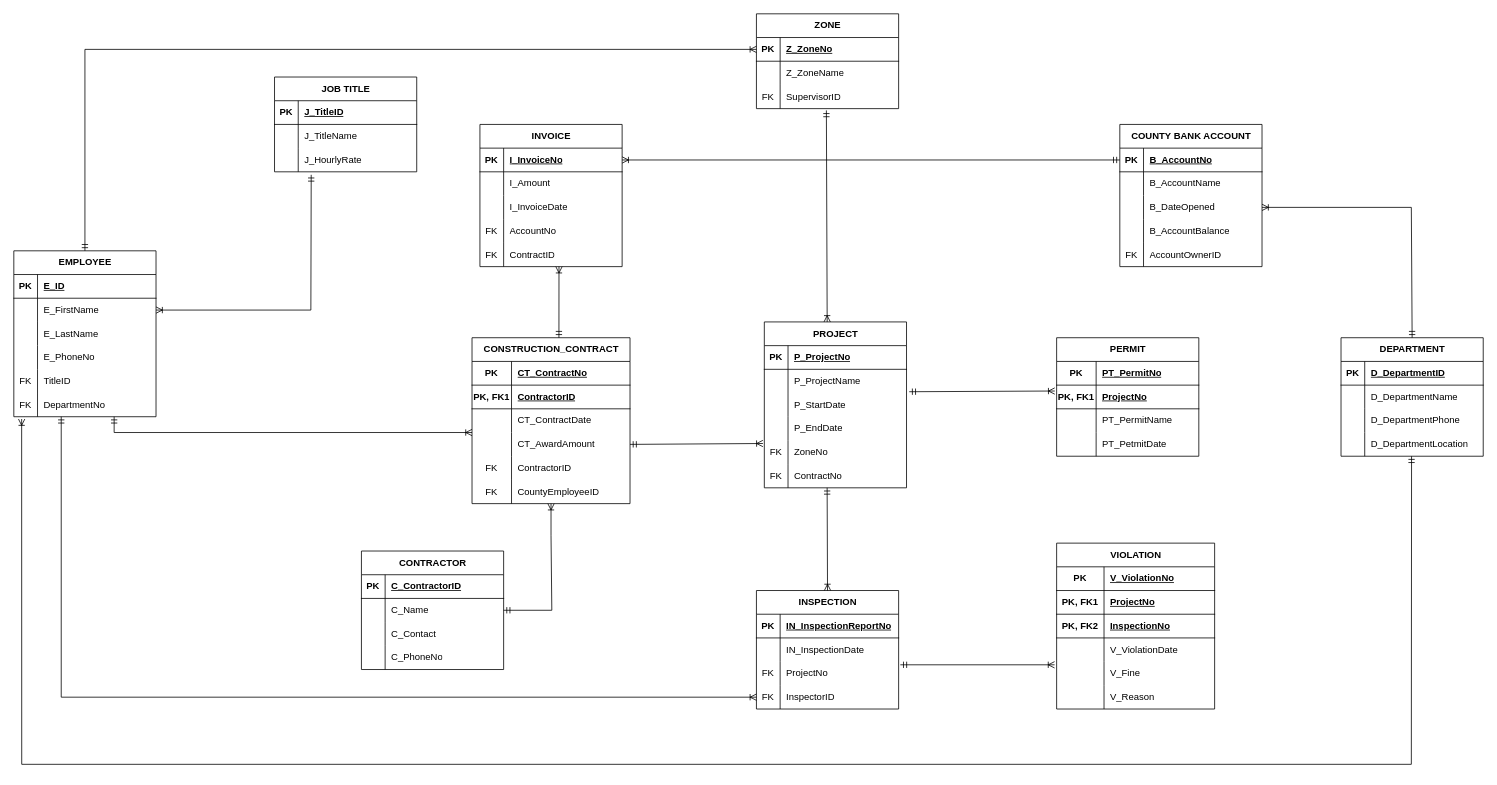
Above: DatabaseERD.drawio in falcatraz/database-project (draw.io), before the change. Source tidied: cells renumbered, new cells numbered last; positions are measured from the earlier drawing's top-left corner, leaving out a move shared by most shapes. Both pictures are drawn from the tidied source at 79%, with x=0, y=0 at pixel (13, 13).
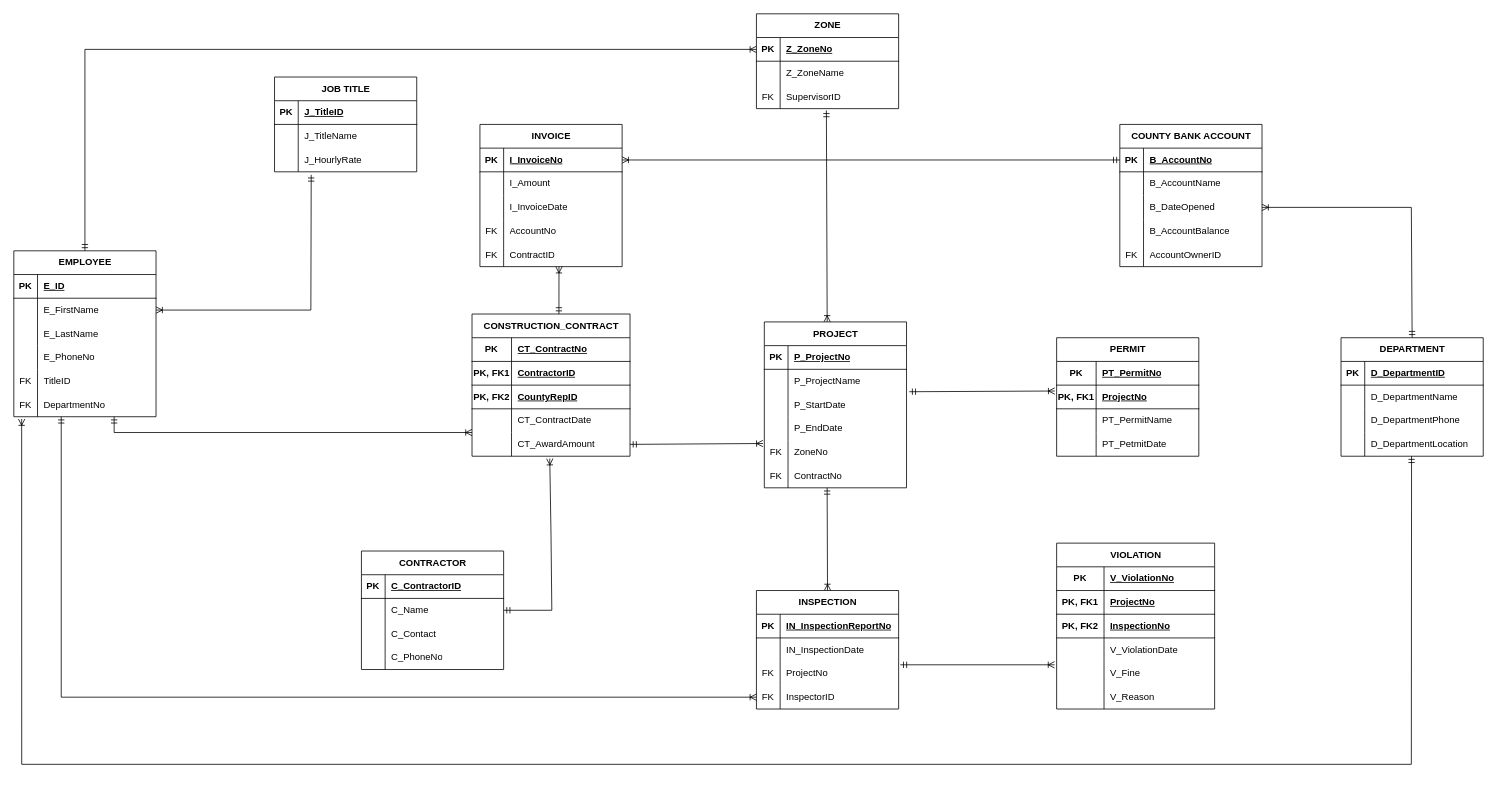
The same diagram, later.

Commit message (it also covers changes not shown here):
modified the construction contract table; PKs and FKs

The change refers to these unchanged cells:
```xml
<mxCell id="51" style="shape=tableRow;horizontal=0;startSize=0;swimlaneHead=0;swimlaneBody=0;fillColor=none;points=[[0,0.5],[1,0.5]];portConstraint=eastwest;top=0;left=0;right=0;bottom=0;" parent="47" vertex="1">
  <mxGeometry y="60" width="180" height="30" as="geometry" />
</mxCell>
```

What changed in the source:
```diff
@@
     <mxCell id="60" value="CONSTRUCTION_CONTRACT" style="shape=table;startSize=30;childLayout=tableLayout;rowLines=0;fontStyle=1;align=center;html=1;" parent="1" vertex="1">
-      <mxGeometry x="580" y="410" width="200" height="210" as="geometry" />
+      <mxGeometry x="580" y="380" width="200" height="180" as="geometry" />
     </mxCell>
@@
+    <mxCell id="196" style="shape=tableRow;horizontal=0;startSize=0;swimlaneHead=0;swimlaneBody=0;fillColor=none;top=0;left=0;right=0;bottom=1;" parent="60" vertex="1">
+      <mxGeometry y="90" width="200" height="30" as="geometry" />
+    </mxCell>
+    <mxCell id="197" value="PK, FK2" style="shape=partialRectangle;fillColor=none;top=0;left=0;bottom=0;right=0;fontStyle=1;overflow=hidden;whiteSpace=wrap;html=1;" parent="196" vertex="1">
+      <mxGeometry width="50" height="30" as="geometry" />
+    </mxCell>
+    <mxCell id="198" value="CountyRepID" style="shape=partialRectangle;fillColor=none;top=0;left=0;bottom=0;right=0;align=left;spacingLeft=6;fontStyle=5;overflow=hidden;whiteSpace=wrap;html=1;" parent="196" vertex="1">
+      <mxGeometry x="50" width="150" height="30" as="geometry" />
+    </mxCell>
     <mxCell id="67" style="shape=tableRow;horizontal=0;startSize=0;swimlaneHead=0;swimlaneBody=0;fillColor=none;top=0;left=0;right=0;bottom=0;" parent="60" vertex="1">
-      <mxGeometry y="90" width="200" height="30" as="geometry" />
+      <mxGeometry y="120" width="200" height="30" as="geometry" />
     </mxCell>
@@
     <mxCell id="70" style="shape=tableRow;horizontal=0;startSize=0;swimlaneHead=0;swimlaneBody=0;fillColor=none;points=[[0,0.5],[1,0.5]];portConstraint=eastwest;top=0;left=0;right=0;bottom=0;" parent="60" vertex="1">
-      <mxGeometry y="120" width="200" height="30" as="geometry" />
+      <mxGeometry y="150" width="200" height="30" as="geometry" />
     </mxCell>
@@
-    <mxCell id="73" style="shape=tableRow;horizontal=0;startSize=0;swimlaneHead=0;swimlaneBody=0;fillColor=none;top=0;left=0;right=0;bottom=0;" parent="60" vertex="1">
-      <mxGeometry y="150" width="200" height="30" as="geometry" />
-    </mxCell>
-    <mxCell id="74" value="FK" style="shape=partialRectangle;fillColor=none;top=0;left=0;bottom=0;right=0;overflow=hidden;whiteSpace=wrap;html=1;" parent="73" vertex="1">
-      <mxGeometry width="50" height="30" as="geometry" />
-    </mxCell>
-    <mxCell id="75" value="ContractorID" style="shape=partialRectangle;fillColor=none;top=0;left=0;bottom=0;right=0;align=left;spacingLeft=6;overflow=hidden;whiteSpace=wrap;html=1;" parent="73" vertex="1">
-      <mxGeometry x="50" width="150" height="30" as="geometry" />
-    </mxCell>
-    <mxCell id="76" style="shape=tableRow;horizontal=0;startSize=0;swimlaneHead=0;swimlaneBody=0;fillColor=none;top=0;left=0;right=0;bottom=0;" parent="60" vertex="1">
-      <mxGeometry y="180" width="200" height="30" as="geometry" />
-    </mxCell>
-    <mxCell id="77" value="FK" style="shape=partialRectangle;fillColor=none;top=0;left=0;bottom=0;right=0;overflow=hidden;whiteSpace=wrap;html=1;" parent="76" vertex="1">
-      <mxGeometry width="50" height="30" as="geometry" />
-    </mxCell>
-    <mxCell id="78" value="CountyEmployeeID" style="shape=partialRectangle;fillColor=none;top=0;left=0;bottom=0;right=0;align=left;spacingLeft=6;overflow=hidden;whiteSpace=wrap;html=1;" parent="76" vertex="1">
-      <mxGeometry x="50" width="150" height="30" as="geometry" />
-    </mxCell>
@@
-    <mxCell id="135" style="fontSize=12;html=1;endArrow=ERoneToMany;startArrow=ERmandOne;rounded=0;exitX=1;exitY=0.5;exitDx=0;exitDy=0;" parent="1" edge="1" source="51">
+    <mxCell id="135" style="fontSize=12;html=1;endArrow=ERoneToMany;startArrow=ERmandOne;rounded=0;exitX=1;exitY=0.5;exitDx=0;exitDy=0;entryX=0.492;entryY=1.1;entryDx=0;entryDy=0;entryPerimeter=0;" parent="1" edge="1" source="51" target="70">
       <mxGeometry relative="1" as="geometry">
-        <mxPoint x="680" y="620" as="targetPoint" />
         <Array as="points">
           <mxPoint x="681" y="755" />
           <mxPoint x="680" y="660" />
         </Array>
       </mxGeometry>
     </mxCell>
```
